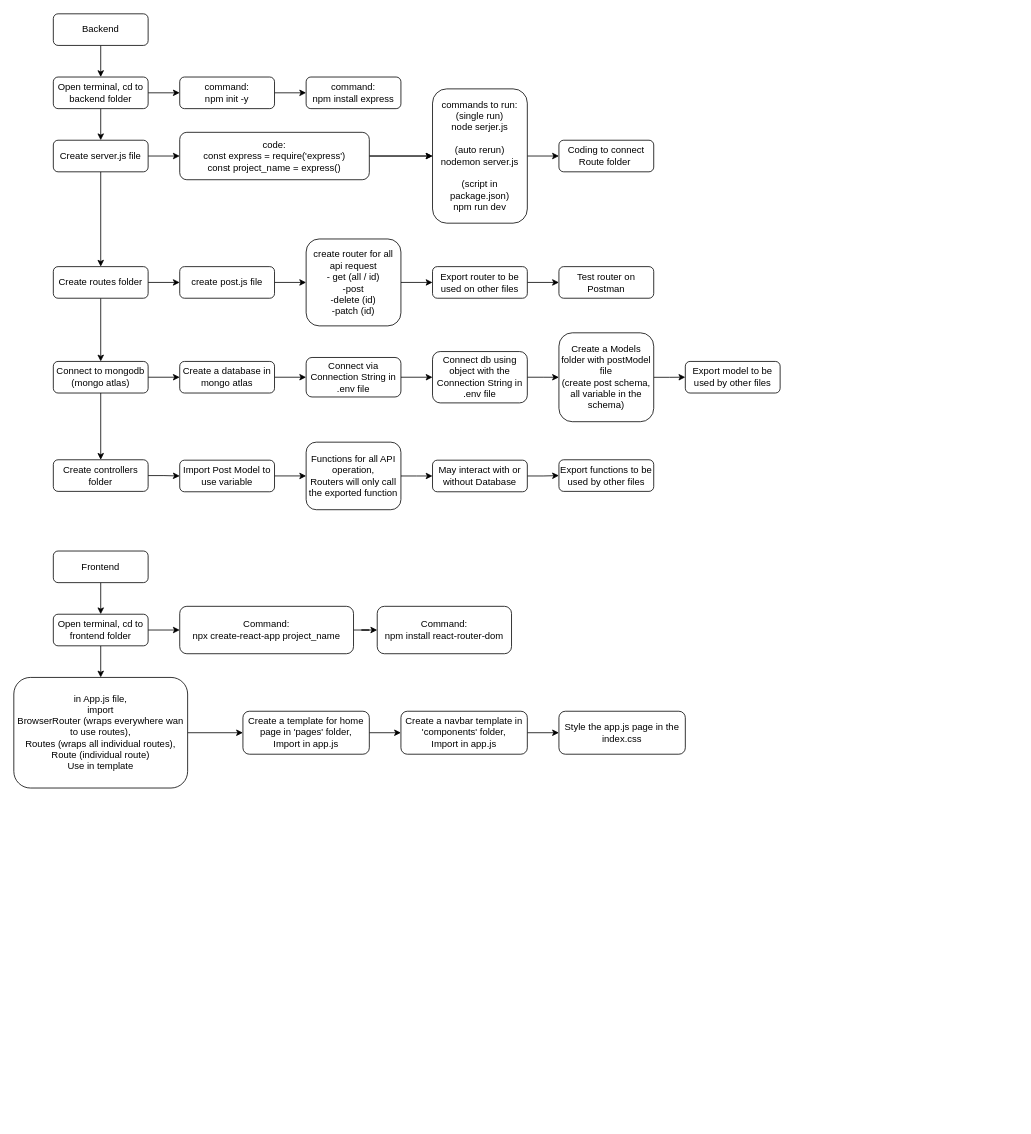
Earlier version of the draw.io diagram flow.drawio (FirefighterHan/online-forum). Source tidied: cells renumbered, new cells numbered last; positions are measured from the earlier drawing's top-left corner, leaving out a move shared by most shapes. Both pictures are drawn from the tidied source at 79%, with x=0, y=0 at pixel (13, 13).
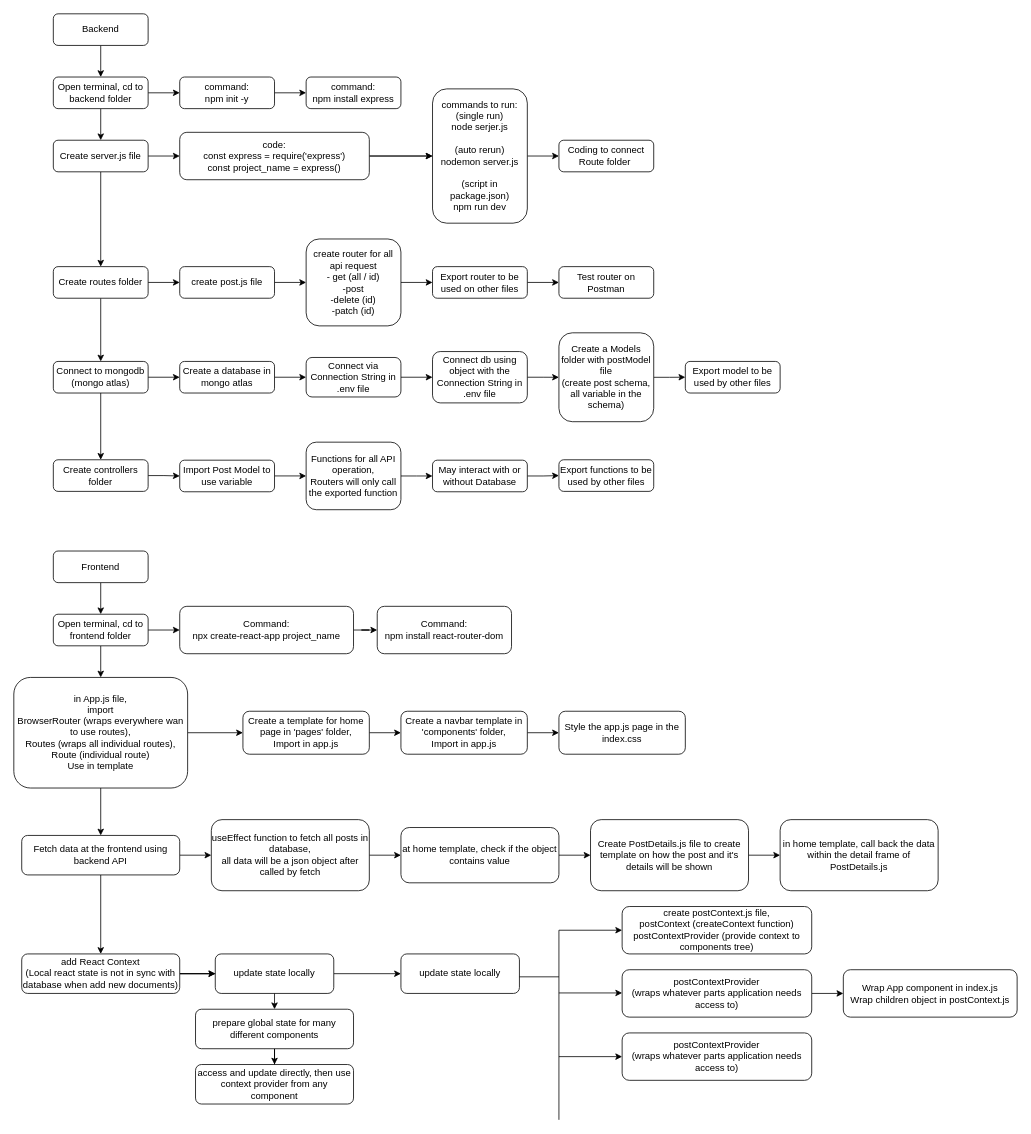
The same page after the edit.

Commit message (it also covers changes not shown here):
Completed basic functionality for online forum app using Mern Stack

The change refers to these unchanged cells:
```xml
<mxCell id="59" value="in App.js file,&lt;div&gt;import&lt;/div&gt;&lt;div&gt;BrowserRouter (wraps everywhere wan to use routes),&lt;/div&gt;&lt;div&gt;Routes (wraps all individual routes), Route (individual route)&lt;/div&gt;&lt;div&gt;Use in template&lt;/div&gt;" style="rounded=1;whiteSpace=wrap;html=1;fontSize=12;glass=0;strokeWidth=1;shadow=0;" parent="1" vertex="1">
  <mxGeometry y="840" width="220" height="140" as="geometry" />
</mxCell>
```

Diff of the diagram source:
```diff
@@
+    <mxCell id="65" style="edgeStyle=orthogonalEdgeStyle;rounded=0;jettySize=auto;html=1;" parent="1" edge="1" source="59" target="68">
+      <mxGeometry relative="1" as="geometry" />
+    </mxCell>
@@
+    <mxCell id="66" style="edgeStyle=orthogonalEdgeStyle;rounded=0;jettySize=auto;html=1;" parent="1" edge="1" source="68" target="70">
+      <mxGeometry relative="1" as="geometry" />
+    </mxCell>
+    <mxCell id="67" style="edgeStyle=orthogonalEdgeStyle;rounded=0;jettySize=auto;html=1;" parent="1" edge="1" source="68" target="79">
+      <mxGeometry relative="1" as="geometry" />
+    </mxCell>
+    <mxCell id="68" value="Fetch data at the frontend using backend API" style="rounded=1;whiteSpace=wrap;html=1;fontSize=12;glass=0;strokeWidth=1;shadow=0;" parent="1" vertex="1">
+      <mxGeometry x="10" y="1040" width="200" height="50" as="geometry" />
+    </mxCell>
+    <mxCell id="69" style="edgeStyle=orthogonalEdgeStyle;rounded=0;jettySize=auto;html=1;" parent="1" edge="1" source="70" target="72">
+      <mxGeometry relative="1" as="geometry" />
+    </mxCell>
+    <mxCell id="70" value="useEffect function to fetch all posts in database,&lt;div&gt;all data will be a json object after called by fetch&lt;/div&gt;" style="rounded=1;whiteSpace=wrap;html=1;fontSize=12;glass=0;strokeWidth=1;shadow=0;" parent="1" vertex="1">
+      <mxGeometry x="250" y="1020" width="200" height="90" as="geometry" />
+    </mxCell>
+    <mxCell id="71" style="edgeStyle=orthogonalEdgeStyle;rounded=0;jettySize=auto;html=1;" parent="1" edge="1" source="72" target="74">
+      <mxGeometry relative="1" as="geometry" />
+    </mxCell>
+    <mxCell id="72" value="at home template, check if the object contains value" style="rounded=1;whiteSpace=wrap;html=1;fontSize=12;glass=0;strokeWidth=1;shadow=0;" parent="1" vertex="1">
+      <mxGeometry x="490" y="1030" width="200" height="70" as="geometry" />
+    </mxCell>
+    <mxCell id="73" style="edgeStyle=orthogonalEdgeStyle;rounded=0;jettySize=auto;html=1;" parent="1" edge="1" source="74" target="75">
+      <mxGeometry relative="1" as="geometry" />
+    </mxCell>
+    <mxCell id="74" value="Create PostDetails.js file to create template on how the post and it's details will be shown" style="rounded=1;whiteSpace=wrap;html=1;fontSize=12;glass=0;strokeWidth=1;shadow=0;" parent="1" vertex="1">
+      <mxGeometry x="730" y="1020" width="200" height="90" as="geometry" />
+    </mxCell>
+    <mxCell id="75" value="in home template, call back the data within the detail frame of PostDetails.js" style="rounded=1;whiteSpace=wrap;html=1;fontSize=12;glass=0;strokeWidth=1;shadow=0;" parent="1" vertex="1">
+      <mxGeometry x="970" y="1020" width="200" height="90" as="geometry" />
+    </mxCell>
+    <mxCell id="76" style="edgeStyle=orthogonalEdgeStyle;rounded=0;jettySize=auto;html=1;" parent="1" edge="1" source="79" target="81">
+      <mxGeometry relative="1" as="geometry" />
+    </mxCell>
+    <mxCell id="77" style="edgeStyle=orthogonalEdgeStyle;rounded=0;jettySize=auto;html=1;" parent="1" edge="1" source="79" target="81">
+      <mxGeometry relative="1" as="geometry" />
+    </mxCell>
+    <mxCell id="78" style="edgeStyle=orthogonalEdgeStyle;rounded=0;jettySize=auto;html=1;" parent="1" edge="1" source="79" target="83">
+      <mxGeometry relative="1" as="geometry" />
+    </mxCell>
+    <mxCell id="79" value="add React Context&lt;div&gt;(Local react state is not in sync with database when add new documents)&lt;/div&gt;" style="rounded=1;whiteSpace=wrap;html=1;fontSize=12;glass=0;strokeWidth=1;shadow=0;" parent="1" vertex="1">
+      <mxGeometry x="10" y="1190" width="200" height="50" as="geometry" />
+    </mxCell>
+    <mxCell id="80" style="edgeStyle=orthogonalEdgeStyle;rounded=0;jettySize=auto;html=1;" parent="1" edge="1" source="81" target="85">
+      <mxGeometry relative="1" as="geometry" />
+    </mxCell>
+    <mxCell id="81" value="update state locally" style="rounded=1;whiteSpace=wrap;html=1;fontSize=12;glass=0;strokeWidth=1;shadow=0;" parent="1" vertex="1">
+      <mxGeometry x="255" y="1190" width="150" height="50" as="geometry" />
+    </mxCell>
+    <mxCell id="82" style="edgeStyle=orthogonalEdgeStyle;rounded=0;jettySize=auto;html=1;" parent="1" edge="1" source="83" target="84">
+      <mxGeometry relative="1" as="geometry" />
+    </mxCell>
+    <mxCell id="83" value="prepare global state for many different components" style="rounded=1;whiteSpace=wrap;html=1;fontSize=12;glass=0;strokeWidth=1;shadow=0;" parent="1" vertex="1">
+      <mxGeometry x="230" y="1260" width="200" height="50" as="geometry" />
+    </mxCell>
+    <mxCell id="84" value="access and update directly, then use context provider from any component" style="rounded=1;whiteSpace=wrap;html=1;fontSize=12;glass=0;strokeWidth=1;shadow=0;" parent="1" vertex="1">
+      <mxGeometry x="230" y="1330" width="200" height="50" as="geometry" />
+    </mxCell>
+    <mxCell id="85" value="update state locally" style="rounded=1;whiteSpace=wrap;html=1;fontSize=12;glass=0;strokeWidth=1;shadow=0;" parent="1" vertex="1">
+      <mxGeometry x="490" y="1190" width="150" height="50" as="geometry" />
+    </mxCell>
+    <mxCell id="86" style="endArrow=none;html=1;rounded=0;" parent="1" edge="1">
+      <mxGeometry relative="1" as="geometry">
+        <mxPoint x="640" y="1219" as="sourcePoint" />
+        <mxPoint x="690" y="1219" as="targetPoint" />
+      </mxGeometry>
+    </mxCell>
+    <mxCell id="87" style="endArrow=none;html=1;rounded=0;" parent="1" edge="1">
+      <mxGeometry relative="1" as="geometry">
+        <mxPoint x="690" y="1160" as="sourcePoint" />
+        <mxPoint x="690" y="1400" as="targetPoint" />
+      </mxGeometry>
+    </mxCell>
+    <mxCell id="88" style="endArrow=classic;html=1;rounded=0;" parent="1" edge="1">
+      <mxGeometry relative="1" as="geometry">
+        <mxPoint x="690" y="1160" as="sourcePoint" />
+        <mxPoint x="770" y="1160" as="targetPoint" />
+      </mxGeometry>
+    </mxCell>
+    <mxCell id="89" value="create postContext.js file,&lt;div&gt;postContext (createContext function)&lt;/div&gt;&lt;div&gt;postContextProvider (provide context to components tree)&lt;/div&gt;" style="whiteSpace=wrap;html=1;rounded=1;glass=0;strokeWidth=1;shadow=0;" parent="1" vertex="1">
+      <mxGeometry x="770" y="1130" width="240" height="60" as="geometry" />
+    </mxCell>
+    <mxCell id="90" style="endArrow=classic;html=1;rounded=0;" parent="1" edge="1">
+      <mxGeometry relative="1" as="geometry">
+        <mxPoint x="690" y="1239.4" as="sourcePoint" />
+        <mxPoint x="770" y="1239.4" as="targetPoint" />
+      </mxGeometry>
+    </mxCell>
+    <mxCell id="91" style="edgeStyle=orthogonalEdgeStyle;rounded=0;jettySize=auto;html=1;" parent="1" edge="1" source="92" target="93">
+      <mxGeometry relative="1" as="geometry" />
+    </mxCell>
+    <mxCell id="92" value="&lt;span style=&quot;background-color: transparent; color: light-dark(rgb(0, 0, 0), rgb(255, 255, 255));&quot;&gt;postContextProvider&lt;/span&gt;&lt;div&gt;&lt;span style=&quot;background-color: transparent; color: light-dark(rgb(0, 0, 0), rgb(255, 255, 255));&quot;&gt;(wraps whatever parts application needs access to)&lt;/span&gt;&lt;/div&gt;" style="whiteSpace=wrap;html=1;rounded=1;glass=0;strokeWidth=1;shadow=0;" parent="1" vertex="1">
+      <mxGeometry x="770" y="1210" width="240" height="60" as="geometry" />
+    </mxCell>
+    <mxCell id="93" value="Wrap App component in index.js&lt;div&gt;Wrap children object in postContext.js&lt;/div&gt;" style="whiteSpace=wrap;html=1;rounded=1;glass=0;strokeWidth=1;shadow=0;" parent="1" vertex="1">
+      <mxGeometry x="1050" y="1210" width="220" height="60" as="geometry" />
+    </mxCell>
+    <mxCell id="94" style="endArrow=classic;html=1;rounded=0;" parent="1" edge="1">
+      <mxGeometry relative="1" as="geometry">
+        <mxPoint x="690" y="1320" as="sourcePoint" />
+        <mxPoint x="770" y="1320" as="targetPoint" />
+      </mxGeometry>
+    </mxCell>
+    <mxCell id="95" value="&lt;span style=&quot;background-color: transparent; color: light-dark(rgb(0, 0, 0), rgb(255, 255, 255));&quot;&gt;postContextProvider&lt;/span&gt;&lt;div&gt;&lt;span style=&quot;background-color: transparent; color: light-dark(rgb(0, 0, 0), rgb(255, 255, 255));&quot;&gt;(wraps whatever parts application needs access to)&lt;/span&gt;&lt;/div&gt;" style="whiteSpace=wrap;html=1;rounded=1;glass=0;strokeWidth=1;shadow=0;" parent="1" vertex="1">
+      <mxGeometry x="770" y="1290" width="240" height="60" as="geometry" />
+    </mxCell>
```
